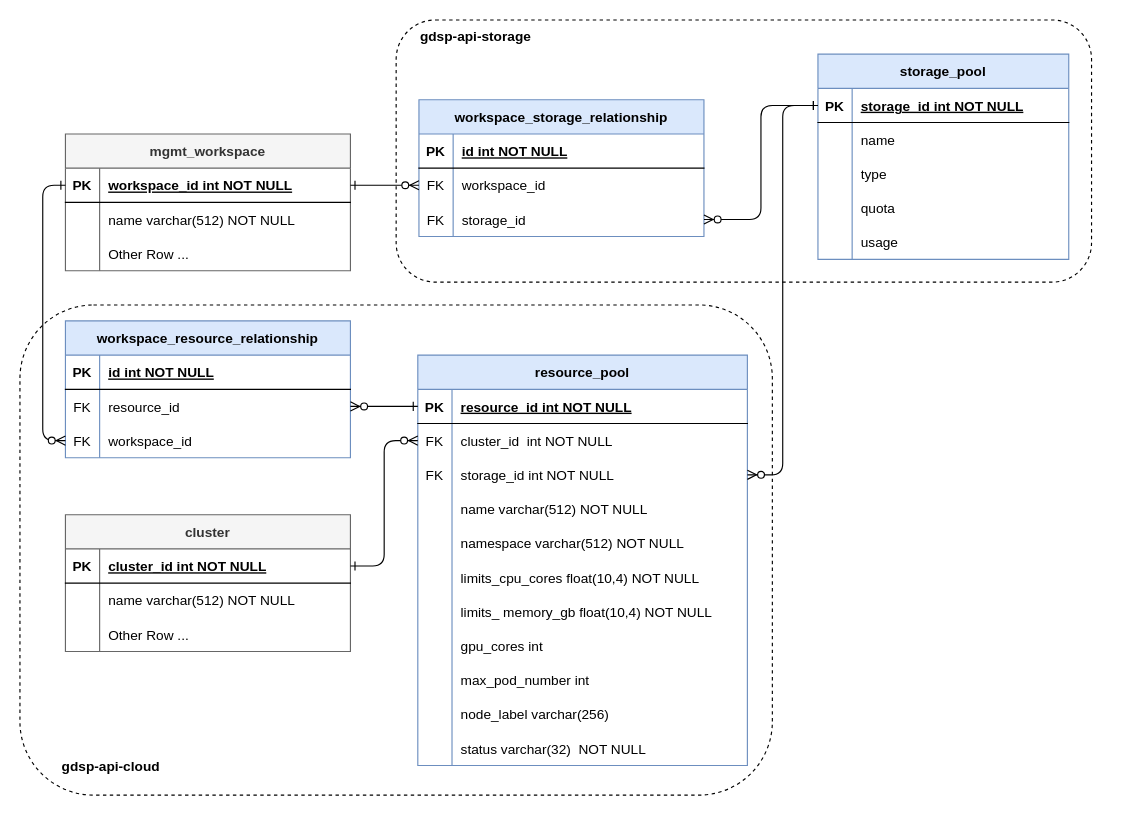
This is page "ER-graph" (3 of 6) of Resource_Pool2.drawio from LiuJin1203/graph, a draw.io file, before an edit. Source tidied: cells renumbered, new cells numbered last; positions are measured from the earlier drawing's top-left corner, leaving out a move shared by most shapes. Both pictures are drawn from the tidied source at 114%, with x=0, y=0 at pixel (19, 19).
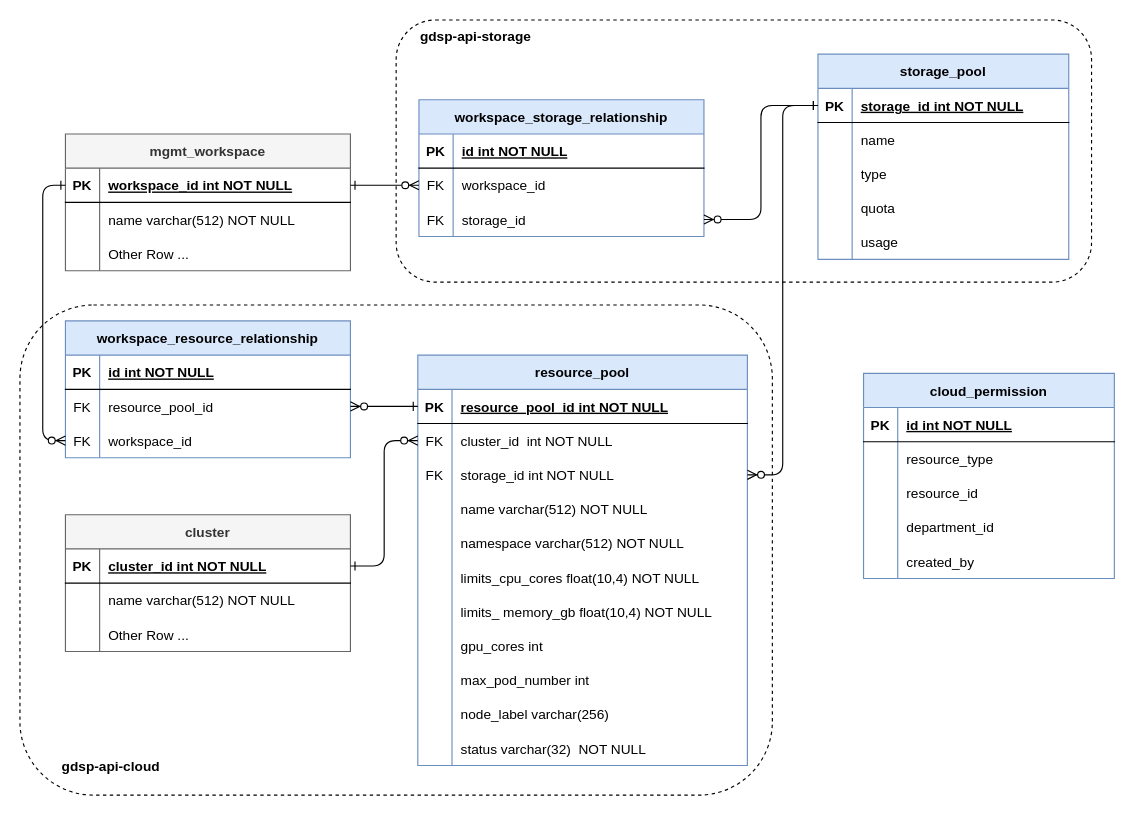
Above is the later version.

Unchanged cells that the change refers to:
```xml
<mxCell id="5" style="shape=partialRectangle;fillColor=none;points=[[0,0.5],[1,0.5]];portConstraint=eastwest;top=0;left=0;right=0;bottom=1;" parent="4" vertex="1">
  <mxGeometry y="30" width="289.1" height="30" as="geometry" />
</mxCell>
<mxCell id="79" style="shape=tableRow;horizontal=0;startSize=0;swimlaneHead=0;swimlaneBody=0;fillColor=none;points=[[0,0.5],[1,0.5]];portConstraint=eastwest;top=0;left=0;right=0;bottom=0;fontSize=12;strokeWidth=1;" parent="75" vertex="1">
  <mxGeometry y="60" width="250" height="30" as="geometry" />
</mxCell>
```

What changed in the source:
```diff
@@
-    <mxCell id="7" value="resource_id int NOT NULL " style="shape=partialRectangle;overflow=hidden;fillColor=none;top=0;left=0;bottom=0;right=0;align=left;spacingLeft=6;fontStyle=5;" parent="5" vertex="1">
+    <mxCell id="7" value="resource_pool_id int NOT NULL " style="shape=partialRectangle;overflow=hidden;fillColor=none;top=0;left=0;bottom=0;right=0;align=left;spacingLeft=6;fontStyle=5;" parent="5" vertex="1">
       <mxGeometry x="30" width="259.1" height="30" as="geometry" />
     </mxCell>
@@
-    <mxCell id="81" value="resource_id" style="shape=partialRectangle;fillColor=none;top=0;left=0;bottom=0;right=0;align=left;spacingLeft=6;overflow=hidden;fontSize=12;strokeWidth=1;" parent="79" vertex="1">
+    <mxCell id="81" value="resource_pool_id" style="shape=partialRectangle;fillColor=none;top=0;left=0;bottom=0;right=0;align=left;spacingLeft=6;overflow=hidden;fontSize=12;strokeWidth=1;" parent="79" vertex="1">
       <mxGeometry x="30" width="220" height="30" as="geometry" />
     </mxCell>
@@
+    <mxCell id="102" value="cloud_permission" style="shape=table;startSize=30;childLayout=tableLayout;rowLines=0;fontStyle=1;align=center;fillColor=#dae8fc;strokeColor=#6c8ebf;" parent="1" vertex="1">
+      <mxGeometry x="740" y="310" width="220" height="180" as="geometry" />
+    </mxCell>
+    <mxCell id="103" style="shape=partialRectangle;fillColor=none;top=0;left=0;right=0;bottom=1;" parent="102" vertex="1">
+      <mxGeometry y="30" width="220" height="30" as="geometry" />
+    </mxCell>
+    <mxCell id="104" value="PK" style="shape=partialRectangle;overflow=hidden;fillColor=none;top=0;left=0;bottom=0;right=0;fontStyle=1;" parent="103" vertex="1">
+      <mxGeometry width="30" height="30" as="geometry" />
+    </mxCell>
+    <mxCell id="105" value="id int NOT NULL " style="shape=partialRectangle;overflow=hidden;fillColor=none;top=0;left=0;bottom=0;right=0;align=left;spacingLeft=6;fontStyle=5;" parent="103" vertex="1">
+      <mxGeometry x="30" width="190" height="30" as="geometry" />
+    </mxCell>
+    <mxCell id="106" style="shape=partialRectangle;fillColor=none;top=0;left=0;right=0;bottom=0;" parent="102" vertex="1">
+      <mxGeometry y="60" width="220" height="30" as="geometry" />
+    </mxCell>
+    <mxCell id="107" style="shape=partialRectangle;overflow=hidden;fillColor=none;top=0;left=0;bottom=0;right=0;" parent="106" vertex="1">
+      <mxGeometry width="30" height="30" as="geometry" />
+    </mxCell>
+    <mxCell id="108" value="resource_type" style="shape=partialRectangle;overflow=hidden;fillColor=none;top=0;left=0;bottom=0;right=0;align=left;spacingLeft=6;" parent="106" vertex="1">
+      <mxGeometry x="30" width="190" height="30" as="geometry" />
+    </mxCell>
+    <mxCell id="109" style="shape=tableRow;horizontal=0;startSize=0;swimlaneHead=0;swimlaneBody=0;fillColor=none;top=0;left=0;right=0;bottom=0;strokeColor=#000000;" parent="102" vertex="1">
+      <mxGeometry y="90" width="220" height="30" as="geometry" />
+    </mxCell>
+    <mxCell id="110" style="shape=partialRectangle;fillColor=none;top=0;left=0;bottom=0;right=0;overflow=hidden;strokeColor=#000000;" parent="109" vertex="1">
+      <mxGeometry width="30" height="30" as="geometry" />
+    </mxCell>
+    <mxCell id="111" value="resource_id" style="shape=partialRectangle;fillColor=none;top=0;left=0;bottom=0;right=0;align=left;spacingLeft=6;overflow=hidden;strokeColor=#000000;" parent="109" vertex="1">
+      <mxGeometry x="30" width="190" height="30" as="geometry" />
+    </mxCell>
+    <mxCell id="112" style="shape=tableRow;horizontal=0;startSize=0;swimlaneHead=0;swimlaneBody=0;fillColor=none;top=0;left=0;right=0;bottom=0;strokeColor=#000000;" parent="102" vertex="1">
+      <mxGeometry y="120" width="220" height="30" as="geometry" />
+    </mxCell>
+    <mxCell id="113" style="shape=partialRectangle;fillColor=none;top=0;left=0;bottom=0;right=0;overflow=hidden;strokeColor=#000000;" parent="112" vertex="1">
+      <mxGeometry width="30" height="30" as="geometry" />
+    </mxCell>
+    <mxCell id="114" value="department_id" style="shape=partialRectangle;fillColor=none;top=0;left=0;bottom=0;right=0;align=left;spacingLeft=6;overflow=hidden;strokeColor=#000000;" parent="112" vertex="1">
+      <mxGeometry x="30" width="190" height="30" as="geometry" />
+    </mxCell>
+    <mxCell id="115" style="shape=tableRow;horizontal=0;startSize=0;swimlaneHead=0;swimlaneBody=0;fillColor=none;top=0;left=0;right=0;bottom=0;strokeColor=#000000;" parent="102" vertex="1">
+      <mxGeometry y="150" width="220" height="30" as="geometry" />
+    </mxCell>
+    <mxCell id="116" style="shape=partialRectangle;fillColor=none;top=0;left=0;bottom=0;right=0;overflow=hidden;strokeColor=#000000;" parent="115" vertex="1">
+      <mxGeometry width="30" height="30" as="geometry" />
+    </mxCell>
+    <mxCell id="117" value="created_by" style="shape=partialRectangle;fillColor=none;top=0;left=0;bottom=0;right=0;align=left;spacingLeft=6;overflow=hidden;strokeColor=#000000;" parent="115" vertex="1">
+      <mxGeometry x="30" width="190" height="30" as="geometry" />
+    </mxCell>
```
